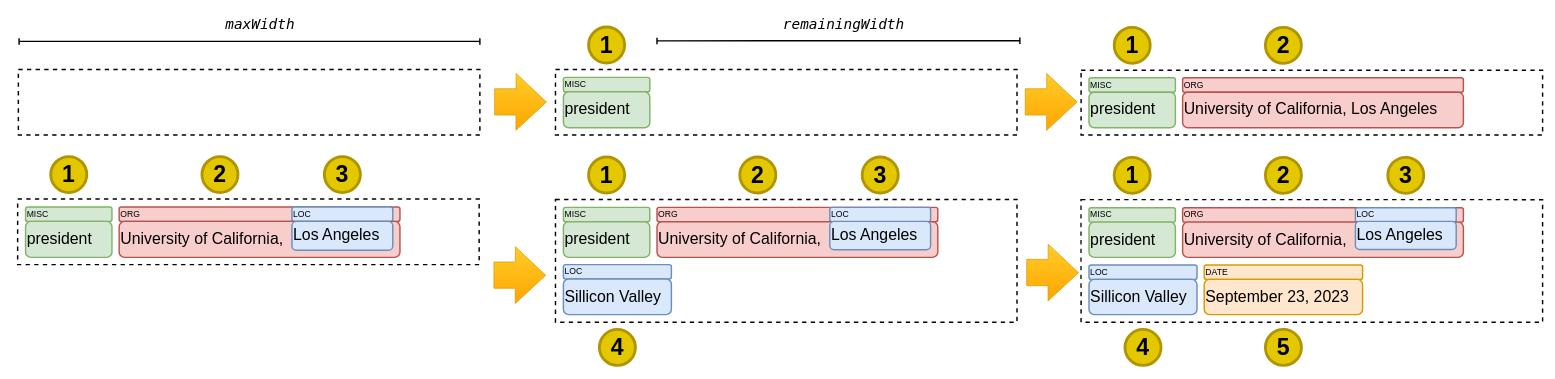
The draw.io diagram nervis.drawio in viniciusrpb/drawio_flowcharts, before the edit. Source tidied: cells renumbered, new cells numbered last; positions are measured from the earlier drawing's top-left corner, leaving out a move shared by most shapes. Both pictures are drawn from the tidied source at 72%, with x=0, y=0 at pixel (17, 12).
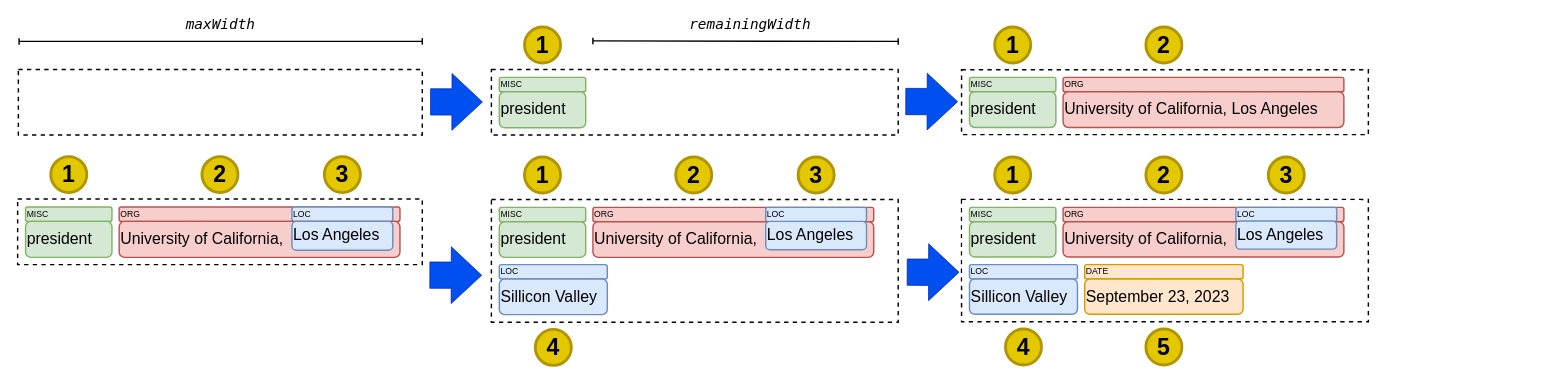
Above is the later version.

Diff of the diagram source:
```diff
@@
     <mxCell id="3" style="rounded=0;whiteSpace=wrap;html=1;strokeWidth=2;dashed=1;" parent="1" vertex="1">
-      <mxGeometry x="1" y="79" width="641" height="91" as="geometry" />
+      <mxGeometry x="1" y="79" width="561" height="91" as="geometry" />
     </mxCell>
     <mxCell id="4" style="rounded=0;whiteSpace=wrap;html=1;strokeWidth=2;dashed=1;" parent="1" vertex="1">
-      <mxGeometry x="747" y="79" width="641" height="91" as="geometry" />
+      <mxGeometry x="658" y="79" width="565" height="91" as="geometry" />
     </mxCell>
     <mxCell id="5" value="MISC" style="rounded=1;whiteSpace=wrap;html=1;strokeWidth=2;fillColor=#d5e8d4;strokeColor=#82b366;align=left;" parent="1" vertex="1">
-      <mxGeometry x="758" y="90" width="120" height="20" as="geometry" />
+      <mxGeometry x="669" y="90" width="120" height="20" as="geometry" />
     </mxCell>
     <mxCell id="6" value="president" style="rounded=1;whiteSpace=wrap;html=1;align=left;fontSize=22;strokeWidth=2;fillColor=#d5e8d4;strokeColor=#82b366;" parent="1" vertex="1">
-      <mxGeometry x="758" y="110" width="120" height="50" as="geometry" />
+      <mxGeometry x="669" y="110" width="120" height="50" as="geometry" />
     </mxCell>
     <mxCell id="7" value="1" style="ellipse;whiteSpace=wrap;html=1;fontSize=32;strokeWidth=4;fontStyle=1;fillColor=#e3c800;strokeColor=#B09500;fontColor=#000000;" parent="1" vertex="1">
-      <mxGeometry x="793" y="20" width="50" height="50" as="geometry" />
+      <mxGeometry x="704" y="20" width="50" height="50" as="geometry" />
     </mxCell>
     <mxCell id="8" style="rounded=0;whiteSpace=wrap;html=1;strokeWidth=2;dashed=1;" parent="1" vertex="1">
-      <mxGeometry y="259" width="641" height="91" as="geometry" />
+      <mxGeometry y="259" width="562" height="91" as="geometry" />
     </mxCell>
@@
     <mxCell id="18" style="rounded=0;whiteSpace=wrap;html=1;strokeWidth=2;dashed=1;" parent="1" vertex="1">
-      <mxGeometry x="747" y="259.5" width="641" height="170.5" as="geometry" />
+      <mxGeometry x="658" y="259.5" width="565" height="170.5" as="geometry" />
     </mxCell>
     <mxCell id="19" value="MISC" style="rounded=1;whiteSpace=wrap;html=1;strokeWidth=2;fillColor=#d5e8d4;strokeColor=#82b366;align=left;" parent="1" vertex="1">
-      <mxGeometry x="758" y="270.5" width="120" height="20" as="geometry" />
+      <mxGeometry x="669" y="270.5" width="120" height="20" as="geometry" />
     </mxCell>
     <mxCell id="20" value="president" style="rounded=1;whiteSpace=wrap;html=1;align=left;fontSize=22;strokeWidth=2;fillColor=#d5e8d4;strokeColor=#82b366;" parent="1" vertex="1">
-      <mxGeometry x="758" y="290.5" width="120" height="49.5" as="geometry" />
+      <mxGeometry x="669" y="290.5" width="120" height="49.5" as="geometry" />
     </mxCell>
     <mxCell id="21" value="ORG" style="rounded=1;whiteSpace=wrap;html=1;strokeWidth=2;fillColor=#f8cecc;strokeColor=#b85450;align=left;" parent="1" vertex="1">
-      <mxGeometry x="888" y="270.5" width="390" height="20" as="geometry" />
+      <mxGeometry x="799" y="270.5" width="390" height="20" as="geometry" />
     </mxCell>
     <mxCell id="22" value="LOC" style="rounded=1;whiteSpace=wrap;html=1;strokeWidth=2;fillColor=#dae8fc;strokeColor=#6c8ebf;align=left;" parent="1" vertex="1">
-      <mxGeometry x="1128" y="270.5" width="140" height="20" as="geometry" />
+      <mxGeometry x="1039" y="270.5" width="140" height="20" as="geometry" />
     </mxCell>
     <mxCell id="23" value="University of California," style="rounded=1;whiteSpace=wrap;html=1;align=left;fontSize=22;strokeWidth=2;fillColor=#f8cecc;strokeColor=#b85450;" parent="1" vertex="1">
-      <mxGeometry x="888" y="290.5" width="390" height="49.5" as="geometry" />
+      <mxGeometry x="799" y="290.5" width="390" height="49.5" as="geometry" />
     </mxCell>
     <mxCell id="24" value="&lt;div&gt;&lt;br&gt;&lt;/div&gt;Los Angeles&lt;div&gt;&lt;br&gt;&lt;/div&gt;" style="rounded=1;whiteSpace=wrap;html=1;align=left;fontSize=22;strokeWidth=2;fillColor=#dae8fc;strokeColor=#6c8ebf;" parent="1" vertex="1">
-      <mxGeometry x="1128" y="290" width="140" height="39.5" as="geometry" />
+      <mxGeometry x="1039" y="290" width="140" height="39.5" as="geometry" />
     </mxCell>
     <mxCell id="25" value="LOC" style="rounded=1;whiteSpace=wrap;html=1;strokeWidth=2;fillColor=#dae8fc;strokeColor=#6c8ebf;align=left;" parent="1" vertex="1">
-      <mxGeometry x="758" y="350" width="150" height="20" as="geometry" />
+      <mxGeometry x="669" y="350" width="150" height="20" as="geometry" />
     </mxCell>
     <mxCell id="26" value="Sillicon Valley" style="rounded=1;whiteSpace=wrap;html=1;align=left;fontSize=22;strokeWidth=2;fillColor=#dae8fc;strokeColor=#6c8ebf;" parent="1" vertex="1">
-      <mxGeometry x="758" y="370" width="150" height="49.5" as="geometry" />
+      <mxGeometry x="669" y="370" width="150" height="49.5" as="geometry" />
     </mxCell>
     <mxCell id="27" value="4" style="ellipse;whiteSpace=wrap;html=1;fontSize=32;strokeWidth=4;fontStyle=1;fillColor=#e3c800;strokeColor=#B09500;fontColor=#000000;" parent="1" vertex="1">
-      <mxGeometry x="808" y="440" width="50" height="50" as="geometry" />
+      <mxGeometry x="719" y="440" width="50" height="50" as="geometry" />
     </mxCell>
     <mxCell id="28" value="3" style="ellipse;whiteSpace=wrap;html=1;fontSize=32;strokeWidth=4;fontStyle=1;fillColor=#e3c800;strokeColor=#B09500;fontColor=#000000;" parent="1" vertex="1">
-      <mxGeometry x="1173" y="200.5" width="50" height="50" as="geometry" />
+      <mxGeometry x="1084" y="200.5" width="50" height="50" as="geometry" />
     </mxCell>
     <mxCell id="29" value="2" style="ellipse;whiteSpace=wrap;html=1;fontSize=32;strokeWidth=4;fontStyle=1;fillColor=#e3c800;strokeColor=#B09500;fontColor=#000000;" parent="1" vertex="1">
-      <mxGeometry x="1003" y="200.5" width="50" height="50" as="geometry" />
+      <mxGeometry x="914" y="200.5" width="50" height="50" as="geometry" />
     </mxCell>
     <mxCell id="30" value="1" style="ellipse;whiteSpace=wrap;html=1;fontSize=32;strokeWidth=4;fontStyle=1;fillColor=#e3c800;strokeColor=#B09500;fontColor=#000000;" parent="1" vertex="1">
-      <mxGeometry x="793" y="200.5" width="50" height="50" as="geometry" />
+      <mxGeometry x="704" y="200.5" width="50" height="50" as="geometry" />
     </mxCell>
     <mxCell id="31" style="rounded=0;whiteSpace=wrap;html=1;strokeWidth=2;dashed=1;" parent="1" vertex="1">
-      <mxGeometry x="1477" y="80" width="641" height="90" as="geometry" />
+      <mxGeometry x="1311" y="79.5" width="565" height="90" as="geometry" />
     </mxCell>
     <mxCell id="32" value="MISC" style="rounded=1;whiteSpace=wrap;html=1;strokeWidth=2;fillColor=#d5e8d4;strokeColor=#82b366;align=left;" parent="1" vertex="1">
-      <mxGeometry x="1488" y="90.5" width="120" height="20" as="geometry" />
+      <mxGeometry x="1322" y="90" width="120" height="20" as="geometry" />
     </mxCell>
     <mxCell id="33" value="president" style="rounded=1;whiteSpace=wrap;html=1;align=left;fontSize=22;strokeWidth=2;fillColor=#d5e8d4;strokeColor=#82b366;" parent="1" vertex="1">
-      <mxGeometry x="1488" y="110.5" width="120" height="49.5" as="geometry" />
+      <mxGeometry x="1322" y="110" width="120" height="49.5" as="geometry" />
     </mxCell>
     <mxCell id="34" value="ORG" style="rounded=1;whiteSpace=wrap;html=1;strokeWidth=2;fillColor=#f8cecc;strokeColor=#b85450;align=left;" parent="1" vertex="1">
-      <mxGeometry x="1618" y="90.5" width="390" height="20" as="geometry" />
+      <mxGeometry x="1452" y="90" width="390" height="20" as="geometry" />
     </mxCell>
     <mxCell id="35" value="University of California, Los Angeles" style="rounded=1;whiteSpace=wrap;html=1;align=left;fontSize=22;strokeWidth=2;fillColor=#f8cecc;strokeColor=#b85450;" parent="1" vertex="1">
-      <mxGeometry x="1618" y="110.5" width="390" height="49.5" as="geometry" />
+      <mxGeometry x="1452" y="110" width="390" height="49.5" as="geometry" />
     </mxCell>
     <mxCell id="36" value="2" style="ellipse;whiteSpace=wrap;html=1;fontSize=32;strokeWidth=4;fontStyle=1;fillColor=#e3c800;strokeColor=#B09500;fontColor=#000000;" parent="1" vertex="1">
-      <mxGeometry x="1733" y="20.5" width="50" height="50" as="geometry" />
+      <mxGeometry x="1567" y="20" width="50" height="50" as="geometry" />
     </mxCell>
     <mxCell id="37" value="1" style="ellipse;whiteSpace=wrap;html=1;fontSize=32;strokeWidth=4;fontStyle=1;fillColor=#e3c800;strokeColor=#B09500;fontColor=#000000;" parent="1" vertex="1">
-      <mxGeometry x="1523" y="20.5" width="50" height="50" as="geometry" />
+      <mxGeometry x="1357" y="20" width="50" height="50" as="geometry" />
     </mxCell>
     <mxCell id="38" style="rounded=0;whiteSpace=wrap;html=1;strokeWidth=2;dashed=1;" parent="1" vertex="1">
-      <mxGeometry x="1477" y="260" width="641" height="170" as="geometry" />
+      <mxGeometry x="1311" y="259.5" width="565" height="170" as="geometry" />
     </mxCell>
     <mxCell id="39" style="rounded=0;whiteSpace=wrap;html=1;strokeWidth=2;strokeColor=none;" parent="1" vertex="1">
-      <mxGeometry x="1478" y="261" width="600" height="120" as="geometry" />
+      <mxGeometry x="1312" y="260.5" width="554" height="120" as="geometry" />
     </mxCell>
     <mxCell id="40" value="MISC" style="rounded=1;whiteSpace=wrap;html=1;strokeWidth=2;fillColor=#d5e8d4;strokeColor=#82b366;align=left;" parent="1" vertex="1">
-      <mxGeometry x="1488" y="271" width="120" height="20" as="geometry" />
+      <mxGeometry x="1322" y="270.5" width="120" height="20" as="geometry" />
     </mxCell>
     <mxCell id="41" value="president" style="rounded=1;whiteSpace=wrap;html=1;align=left;fontSize=22;strokeWidth=2;fillColor=#d5e8d4;strokeColor=#82b366;" parent="1" vertex="1">
-      <mxGeometry x="1488" y="291" width="120" height="49" as="geometry" />
+      <mxGeometry x="1322" y="290.5" width="120" height="49" as="geometry" />
     </mxCell>
     <mxCell id="42" value="ORG" style="rounded=1;whiteSpace=wrap;html=1;strokeWidth=2;fillColor=#f8cecc;strokeColor=#b85450;align=left;" parent="1" vertex="1">
-      <mxGeometry x="1618" y="271" width="390" height="20" as="geometry" />
+      <mxGeometry x="1452" y="270.5" width="390" height="20" as="geometry" />
     </mxCell>
     <mxCell id="43" value="LOC" style="rounded=1;whiteSpace=wrap;html=1;strokeWidth=2;fillColor=#dae8fc;strokeColor=#6c8ebf;align=left;" parent="1" vertex="1">
-      <mxGeometry x="1858" y="271" width="140" height="20" as="geometry" />
+      <mxGeometry x="1692" y="270.5" width="140" height="20" as="geometry" />
     </mxCell>
     <mxCell id="44" value="University of California," style="rounded=1;whiteSpace=wrap;html=1;align=left;fontSize=22;strokeWidth=2;fillColor=#f8cecc;strokeColor=#b85450;" parent="1" vertex="1">
-      <mxGeometry x="1618" y="291" width="390" height="49" as="geometry" />
+      <mxGeometry x="1452" y="290.5" width="390" height="49" as="geometry" />
     </mxCell>
     <mxCell id="45" value="&lt;div&gt;&lt;br&gt;&lt;/div&gt;Los Angeles&lt;div&gt;&lt;br&gt;&lt;/div&gt;" style="rounded=1;whiteSpace=wrap;html=1;align=left;fontSize=22;strokeWidth=2;fillColor=#dae8fc;strokeColor=#6c8ebf;" parent="1" vertex="1">
-      <mxGeometry x="1858" y="290" width="140" height="39" as="geometry" />
+      <mxGeometry x="1692" y="289.5" width="140" height="39" as="geometry" />
     </mxCell>
     <mxCell id="46" value="LOC" style="rounded=1;whiteSpace=wrap;html=1;strokeWidth=2;fillColor=#dae8fc;strokeColor=#6c8ebf;align=left;" parent="1" vertex="1">
-      <mxGeometry x="1488" y="350.5" width="150" height="20" as="geometry" />
+      <mxGeometry x="1322" y="350" width="150" height="20" as="geometry" />
     </mxCell>
     <mxCell id="47" value="Sillicon Valley" style="rounded=1;whiteSpace=wrap;html=1;align=left;fontSize=22;strokeWidth=2;fillColor=#dae8fc;strokeColor=#6c8ebf;" parent="1" vertex="1">
-      <mxGeometry x="1488" y="370.5" width="150" height="49" as="geometry" />
+      <mxGeometry x="1322" y="370" width="150" height="49" as="geometry" />
     </mxCell>
     <mxCell id="48" value="DATE" style="rounded=1;whiteSpace=wrap;html=1;strokeWidth=2;fillColor=#ffe6cc;strokeColor=#d79b00;align=left;" parent="1" vertex="1">
-      <mxGeometry x="1648" y="350.5" width="220" height="20" as="geometry" />
+      <mxGeometry x="1482" y="350" width="220" height="20" as="geometry" />
     </mxCell>
     <mxCell id="49" value="September 23, 2023" style="rounded=1;whiteSpace=wrap;html=1;align=left;fontSize=22;strokeWidth=2;fillColor=#ffe6cc;strokeColor=#d79b00;" parent="1" vertex="1">
-      <mxGeometry x="1648" y="370.5" width="220" height="49" as="geometry" />
+      <mxGeometry x="1482" y="370" width="220" height="49" as="geometry" />
     </mxCell>
     <mxCell id="50" value="4" style="ellipse;whiteSpace=wrap;html=1;fontSize=32;strokeWidth=4;fontStyle=1;fillColor=#e3c800;strokeColor=#B09500;fontColor=#000000;" parent="1" vertex="1">
-      <mxGeometry x="1538" y="440" width="50" height="50" as="geometry" />
+      <mxGeometry x="1372" y="439.5" width="50" height="50" as="geometry" />
     </mxCell>
     <mxCell id="51" value="5" style="ellipse;whiteSpace=wrap;html=1;fontSize=32;strokeWidth=4;fontStyle=1;fillColor=#e3c800;strokeColor=#B09500;fontColor=#000000;" parent="1" vertex="1">
-      <mxGeometry x="1733" y="440" width="50" height="50" as="geometry" />
+      <mxGeometry x="1567" y="439.5" width="50" height="50" as="geometry" />
     </mxCell>
     <mxCell id="52" value="3" style="ellipse;whiteSpace=wrap;html=1;fontSize=32;strokeWidth=4;fontStyle=1;fillColor=#e3c800;strokeColor=#B09500;fontColor=#000000;" parent="1" vertex="1">
-      <mxGeometry x="1903" y="201" width="50" height="50" as="geometry" />
+      <mxGeometry x="1737" y="200.5" width="50" height="50" as="geometry" />
     </mxCell>
     <mxCell id="53" value="2" style="ellipse;whiteSpace=wrap;html=1;fontSize=32;strokeWidth=4;fontStyle=1;fillColor=#e3c800;strokeColor=#B09500;fontColor=#000000;" parent="1" vertex="1">
-      <mxGeometry x="1733" y="201" width="50" height="50" as="geometry" />
+      <mxGeometry x="1567" y="200.5" width="50" height="50" as="geometry" />
     </mxCell>
     <mxCell id="54" value="1" style="ellipse;whiteSpace=wrap;html=1;fontSize=32;strokeWidth=4;fontStyle=1;fillColor=#e3c800;strokeColor=#B09500;fontColor=#000000;" parent="1" vertex="1">
-      <mxGeometry x="1523" y="201" width="50" height="50" as="geometry" />
+      <mxGeometry x="1357" y="200.5" width="50" height="50" as="geometry" />
     </mxCell>
-    <mxCell id="55" style="shape=flexArrow;endArrow=classic;html=1;rounded=0;width=36.55172413793104;endSize=13.765517241379312;fillColor=#ffcd28;gradientColor=#ffa500;strokeColor=#d79b00;endWidth=41.419878296146045;" parent="1" edge="1">
+    <mxCell id="55" style="shape=flexArrow;endArrow=classic;html=1;rounded=0;width=36.55172413793104;endSize=13.765517241379312;fillColor=#0050ef;strokeColor=#001DBC;endWidth=41.419878296146045;" parent="1" edge="1">
       <mxGeometry relative="1" as="geometry">
-        <mxPoint x="662" y="124" as="sourcePoint" />
-        <mxPoint x="735" y="124.2" as="targetPoint" />
+        <mxPoint x="573" y="124" as="sourcePoint" />
+        <mxPoint x="646" y="124.2" as="targetPoint" />
       </mxGeometry>
     </mxCell>
-    <mxCell id="56" style="shape=flexArrow;endArrow=classic;html=1;rounded=0;width=36.55172413793104;endSize=13.765517241379312;fillColor=#ffcd28;gradientColor=#ffa500;strokeColor=#d79b00;endWidth=41.419878296146045;" parent="1" edge="1">
+    <mxCell id="56" style="shape=flexArrow;endArrow=classic;html=1;rounded=0;width=36.55172413793104;endSize=13.765517241379312;fillColor=#0050ef;strokeColor=#001DBC;endWidth=41.419878296146045;" parent="1" edge="1">
       <mxGeometry relative="1" as="geometry">
-        <mxPoint x="1399" y="124" as="sourcePoint" />
-        <mxPoint x="1472" y="124.2" as="targetPoint" />
+        <mxPoint x="1233" y="123.5" as="sourcePoint" />
+        <mxPoint x="1306" y="123.7" as="targetPoint" />
       </mxGeometry>
     </mxCell>
-    <mxCell id="57" style="shape=flexArrow;endArrow=classic;html=1;rounded=0;width=36.55172413793104;endSize=13.765517241379312;fillColor=#ffcd28;gradientColor=#ffa500;strokeColor=#d79b00;endWidth=41.419878296146045;" parent="1" edge="1">
+    <mxCell id="57" style="shape=flexArrow;endArrow=classic;html=1;rounded=0;width=36.55172413793104;endSize=13.765517241379312;fillColor=#0050ef;strokeColor=#001DBC;endWidth=41.419878296146045;" parent="1" edge="1">
       <mxGeometry relative="1" as="geometry">
-        <mxPoint x="661" y="364.6" as="sourcePoint" />
-        <mxPoint x="734" y="364.8" as="targetPoint" />
+        <mxPoint x="572" y="364.6" as="sourcePoint" />
+        <mxPoint x="645" y="364.8" as="targetPoint" />
       </mxGeometry>
     </mxCell>
-    <mxCell id="58" style="shape=flexArrow;endArrow=classic;html=1;rounded=0;width=36.55172413793104;endSize=13.765517241379312;fillColor=#ffcd28;gradientColor=#ffa500;strokeColor=#d79b00;endWidth=41.419878296146045;" parent="1" edge="1">
+    <mxCell id="58" style="shape=flexArrow;endArrow=classic;html=1;rounded=0;width=36.55172413793104;endSize=13.765517241379312;fillColor=#0050ef;strokeColor=#001DBC;endWidth=41.419878296146045;" parent="1" edge="1">
       <mxGeometry relative="1" as="geometry">
-        <mxPoint x="1401" y="361" as="sourcePoint" />
-        <mxPoint x="1474" y="361.2" as="targetPoint" />
+        <mxPoint x="1235" y="360.5" as="sourcePoint" />
+        <mxPoint x="1308" y="360.7" as="targetPoint" />
       </mxGeometry>
     </mxCell>
     <mxCell id="59" style="endArrow=baseDash;html=1;rounded=0;startArrow=baseDash;startFill=0;endFill=0;strokeWidth=2;" parent="1" edge="1">
       <mxGeometry relative="1" as="geometry">
         <mxPoint x="2" y="40" as="sourcePoint" />
-        <mxPoint x="642" y="40" as="targetPoint" />
+        <mxPoint x="562" y="40" as="targetPoint" />
       </mxGeometry>
     </mxCell>
     <mxCell id="60" value="maxWidth" style="text;html=1;align=center;verticalAlign=middle;whiteSpace=wrap;rounded=0;strokeWidth=5;fontStyle=2;fontSize=20;fontFamily=Lucida Console;" parent="1" vertex="1">
-      <mxGeometry x="287" width="100" height="30" as="geometry" />
+      <mxGeometry x="232" width="100" height="30" as="geometry" />
     </mxCell>
     <mxCell id="61" style="endArrow=baseDash;html=1;rounded=0;startArrow=baseDash;startFill=0;endFill=0;strokeWidth=2;" parent="1" edge="1">
       <mxGeometry relative="1" as="geometry">
-        <mxPoint x="888" y="39.3" as="sourcePoint" />
-        <mxPoint x="1392" y="39" as="targetPoint" />
+        <mxPoint x="799" y="39.3" as="sourcePoint" />
+        <mxPoint x="1223" y="40" as="targetPoint" />
       </mxGeometry>
     </mxCell>
     <mxCell id="62" value="remainingWidth" style="text;html=1;align=center;verticalAlign=middle;whiteSpace=wrap;rounded=0;strokeWidth=5;fontStyle=2;fontSize=20;fontFamily=Lucida Console;" parent="1" vertex="1">
-      <mxGeometry x="1072" width="151" height="30" as="geometry" />
+      <mxGeometry x="942" width="151" height="30" as="geometry" />
     </mxCell>
```
